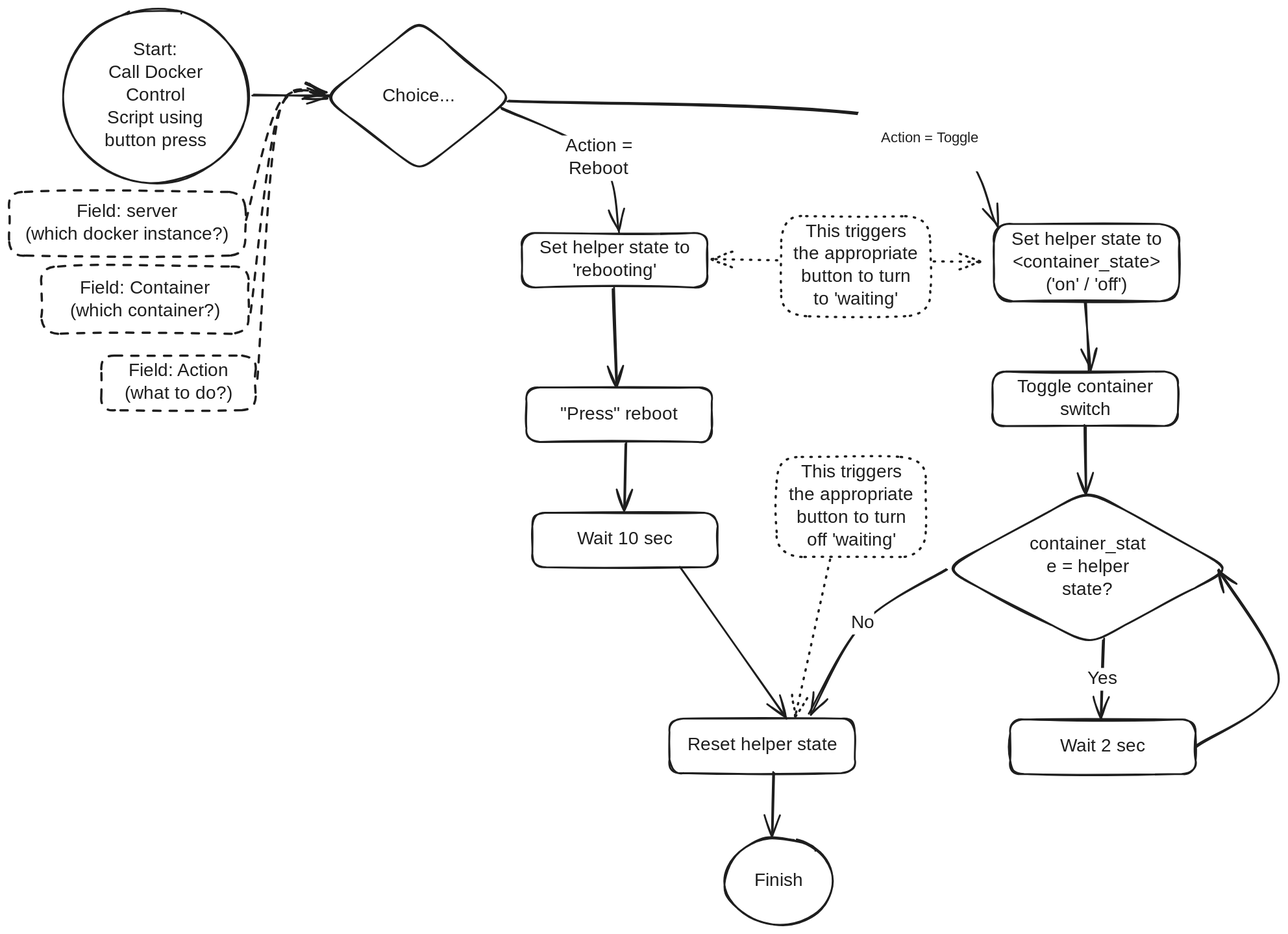
The Excalidraw diagram media/docker_control_script.excalidraw.svg in shaftspanner/ha_stuff, before a commit. Source tidied: one line per element, renumbered; positions are measured from the earlier drawing's top-left corner, leaving out a move shared by most shapes.
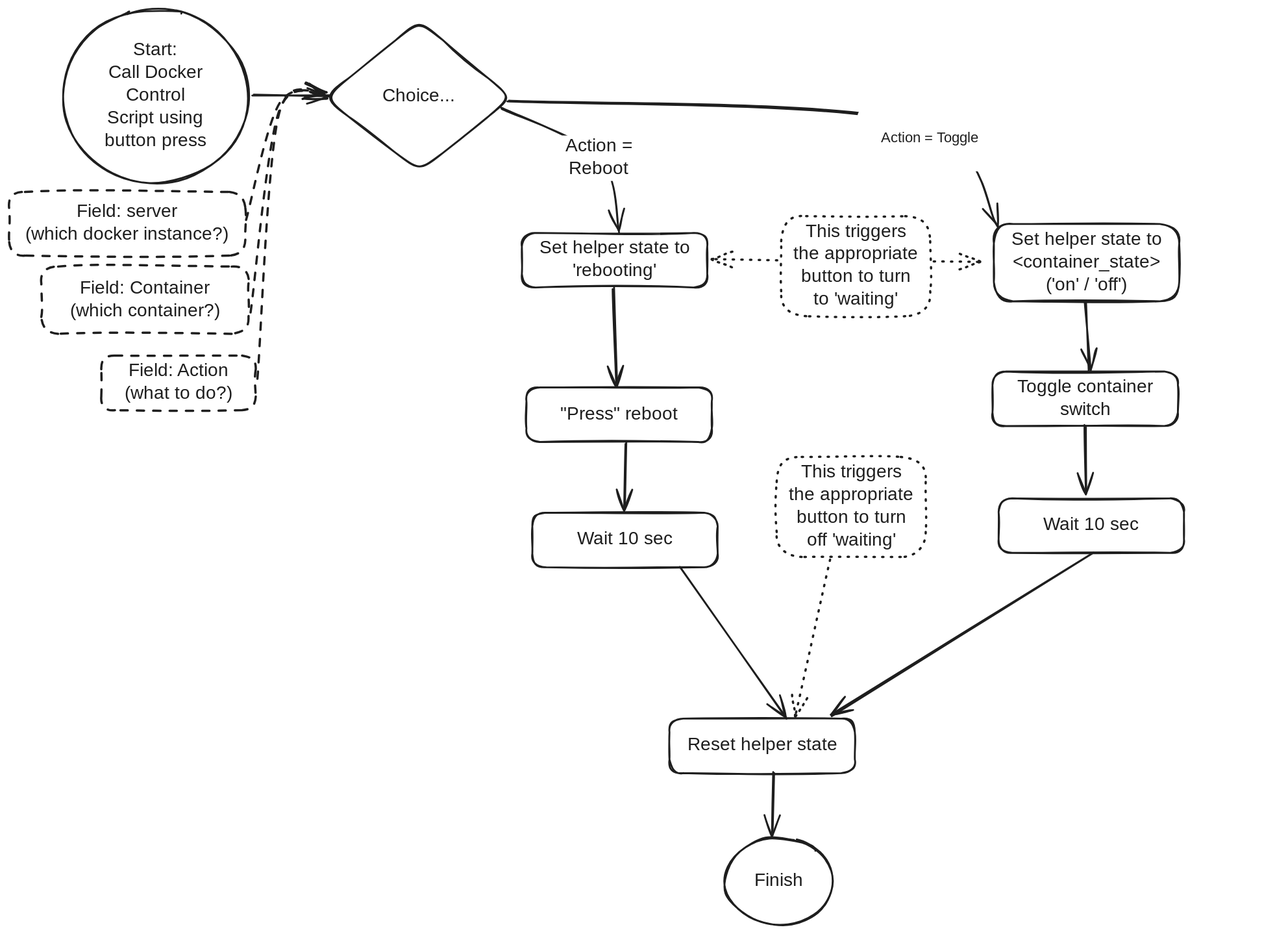
The same file after the commit.

Commit message:
Continued edits to docker control article inc additional bubble card button example

The edit, as a diff of the source:
```diff
@@ -22,17 +22,9 @@
 {"id": 21, "type": "arrow", "strokeColor": "#1e1e1e", "strokeWidth": 2, "strokeStyle": "dashed", "roughness": 1, "endArrowhead": "arrow", "round": true, "from": 19, "to": 0, "x": 261, "y": 233, "width": 87, "height": 141, "points": [[0, 0], [38, -130], [87, -141]]}
 {"id": 22, "type": "rectangle", "strokeColor": "#1e1e1e", "strokeWidth": 2, "roughness": 1, "round": true, "x": 1084, "y": 236, "width": 204, "height": 85}
 {"id": 23, "type": "text", "text": "Set helper state to\n<container_state>\n('on' / 'off')", "strokeColor": "#1e1e1e", "strokeWidth": 2, "roughness": 1, "fontSize": 20, "fontFamily": 5, "textAlign": "center", "verticalAlign": "middle", "inside": 22, "x": 1089, "y": 241, "width": 193, "height": 75}
-{"id": 24, "type": "diamond", "strokeColor": "#1e1e1e", "strokeWidth": 2, "roughness": 1, "round": true, "x": 1029, "y": 529, "width": 316, "height": 170}
-{"id": 25, "type": "text", "text": "container_stat\ne = helper\nstate?", "strokeColor": "#1e1e1e", "strokeWidth": 2, "roughness": 1, "fontSize": 20, "fontFamily": 5, "textAlign": "center", "verticalAlign": "middle", "inside": 24, "x": 1113, "y": 577, "width": 147, "height": 75}
 {"id": 26, "type": "arrow", "strokeColor": "#1e1e1e", "strokeWidth": 2, "roughness": 1, "endArrowhead": "arrow", "round": true, "from": 22, "to": 44, "x": 1185, "y": 322, "width": 4, "height": 76, "points": [[0, 0], [4, 76]]}
-{"id": 27, "type": "rectangle", "strokeColor": "#1e1e1e", "strokeWidth": 2, "roughness": 1, "round": true, "x": 1102, "y": 781, "width": 204, "height": 60}
-{"id": 28, "type": "text", "text": "Wait 2 sec", "strokeColor": "#1e1e1e", "strokeWidth": 2, "roughness": 1, "fontSize": 20, "fontFamily": 5, "textAlign": "center", "verticalAlign": "middle", "inside": 27, "x": 1152, "y": 799, "width": 104, "height": 25}
 {"id": 29, "type": "rectangle", "strokeColor": "#1e1e1e", "strokeWidth": 2, "roughness": 1, "round": true, "x": 727, "y": 780, "width": 204, "height": 60}
 {"id": 30, "type": "text", "text": "Reset helper state", "strokeColor": "#1e1e1e", "strokeWidth": 2, "roughness": 1, "fontSize": 20, "fontFamily": 5, "textAlign": "center", "verticalAlign": "middle", "inside": 29, "x": 736, "y": 798, "width": 186, "height": 25}
-{"id": 31, "type": "arrow", "strokeColor": "#1e1e1e", "strokeWidth": 2, "roughness": 1, "endArrowhead": "arrow", "round": true, "from": 24, "to": 27, "x": 1205, "y": 693, "width": 3, "height": 88, "points": [[0, 0], [-3, 88]]}
-{"id": 32, "type": "text", "text": "Yes", "strokeColor": "#1e1e1e", "strokeWidth": 2, "roughness": 1, "fontSize": 20, "fontFamily": 5, "textAlign": "center", "verticalAlign": "middle", "inside": 31, "x": 227, "y": 628, "width": 32, "height": 25}
-{"id": 33, "type": "arrow", "strokeColor": "#1e1e1e", "strokeWidth": 2, "roughness": 1, "endArrowhead": "arrow", "round": true, "from": 24, "to": 29, "x": 1032, "y": 616, "width": 151, "height": 159, "points": [[0, 0], [-92, 60], [-151, 159]]}
-{"id": 34, "type": "text", "text": "No", "strokeColor": "#1e1e1e", "strokeWidth": 2, "roughness": 1, "fontSize": 20, "fontFamily": 5, "textAlign": "center", "verticalAlign": "middle", "inside": 33, "x": 440, "y": 530, "width": 25, "height": 25}
 {"id": 35, "type": "rectangle", "strokeColor": "#1e1e1e", "strokeWidth": 2, "roughness": 1, "round": true, "x": 564, "y": 246, "width": 204, "height": 60}
 {"id": 36, "type": "text", "text": "Set helper state to\n'rebooting'", "strokeColor": "#1e1e1e", "strokeWidth": 2, "roughness": 1, "fontSize": 20, "fontFamily": 5, "textAlign": "center", "verticalAlign": "middle", "inside": 35, "x": 570, "y": 251, "width": 193, "height": 50}
 {"id": 37, "type": "arrow", "strokeColor": "#1e1e1e", "strokeWidth": 2, "roughness": 1, "endArrowhead": "arrow", "round": true, "from": 35, "to": 38, "x": 666, "y": 306, "width": 3, "height": 109, "points": [[0, 0], [3, 109]]}
@@ -44,8 +36,7 @@
 {"id": 43, "type": "arrow", "strokeColor": "#1e1e1e", "strokeWidth": 2, "strokeStyle": "dotted", "roughness": 1, "endArrowhead": "arrow", "round": true, "from": 40, "to": 35, "x": 845, "y": 277, "width": 72, "height": 3, "points": [[0, 0], [-72, -3]]}
 {"id": 44, "type": "rectangle", "strokeColor": "#1e1e1e", "strokeWidth": 2, "roughness": 1, "round": true, "x": 1082, "y": 398, "width": 204, "height": 60}
 {"id": 45, "type": "text", "text": "Toggle container\nswitch", "strokeColor": "#1e1e1e", "strokeWidth": 2, "roughness": 1, "fontSize": 20, "fontFamily": 5, "textAlign": "center", "verticalAlign": "middle", "inside": 44, "x": 1103, "y": 403, "width": 162, "height": 50}
-{"id": 46, "type": "arrow", "strokeColor": "#1e1e1e", "strokeWidth": 2, "roughness": 1, "endArrowhead": "arrow", "round": true, "from": 44, "to": 24, "x": 1185, "y": 459, "width": 1, "height": 74, "points": [[0, 0], [-1, 74]]}
+{"id": 46, "type": "arrow", "strokeColor": "#1e1e1e", "strokeWidth": 2, "roughness": 1, "endArrowhead": "arrow", "round": true, "from": 44, "x": 1185, "y": 459, "width": 1, "height": 74, "points": [[0, 0], [-1, 74]]}
-{"id": 47, "type": "arrow", "strokeColor": "#1e1e1e", "strokeWidth": 2, "roughness": 1, "endArrowhead": "arrow", "round": true, "from": 27, "to": 24, "x": 1306, "y": 811, "width": 90, "height": 195, "points": [[0, 0], [90, -71], [25, -195]]}
 {"id": 48, "type": "arrow", "strokeColor": "#1e1e1e", "strokeWidth": 2, "roughness": 1, "endArrowhead": "arrow", "round": true, "x": 678, "y": 477, "width": 1, "height": 74, "points": [[0, 0], [-1, 74]]}
 {"id": 49, "type": "rectangle", "strokeColor": "#1e1e1e", "strokeWidth": 2, "roughness": 1, "round": true, "x": 576, "y": 554, "width": 204, "height": 60}
 {"id": 50, "type": "text", "text": "Wait 10 sec", "strokeColor": "#1e1e1e", "strokeWidth": 2, "roughness": 1, "fontSize": 20, "fontFamily": 5, "textAlign": "center", "verticalAlign": "middle", "inside": 49, "x": 622, "y": 571, "width": 112, "height": 25}
@@ -54,3 +45,6 @@
 {"id": 53, "type": "text", "text": "This triggers\nthe appropriate\nbutton to turn\noff 'waiting'", "strokeColor": "#1e1e1e", "strokeWidth": 2, "strokeStyle": "dotted", "roughness": 1, "fontSize": 20, "fontFamily": 5, "textAlign": "center", "verticalAlign": "middle", "inside": 52, "x": 851, "y": 497, "width": 152, "height": 100}
 {"id": 54, "type": "arrow", "strokeColor": "#1e1e1e", "strokeWidth": 2, "strokeStyle": "dotted", "roughness": 1, "endArrowhead": "arrow", "round": true, "from": 52, "to": 29, "x": 904, "y": 606, "width": 41, "height": 172, "points": [[0, 0], [-41, 172]]}
 {"id": 55, "type": "arrow", "strokeColor": "#1e1e1e", "strokeWidth": 2, "roughness": 1, "endArrowhead": "arrow", "round": true, "from": 29, "to": 12, "x": 841, "y": 840, "width": 1, "height": 69, "points": [[0, 0], [-1, 69]]}
+{"id": 56, "type": "rectangle", "strokeColor": "#1e1e1e", "strokeWidth": 2, "roughness": 1, "round": true, "x": 1089, "y": 538, "width": 204, "height": 60}
+{"id": 57, "type": "text", "text": "Wait 10 sec", "strokeColor": "#1e1e1e", "strokeWidth": 2, "roughness": 1, "fontSize": 20, "fontFamily": 5, "textAlign": "center", "verticalAlign": "middle", "inside": 56, "x": 1135, "y": 555, "width": 112, "height": 25}
+{"id": 58, "type": "arrow", "strokeColor": "#1e1e1e", "strokeWidth": 2, "roughness": 1, "endArrowhead": "arrow", "round": true, "from": 56, "to": 29, "x": 1193, "y": 599, "width": 288, "height": 178, "points": [[0, 0], [-288, 178]]}
```
